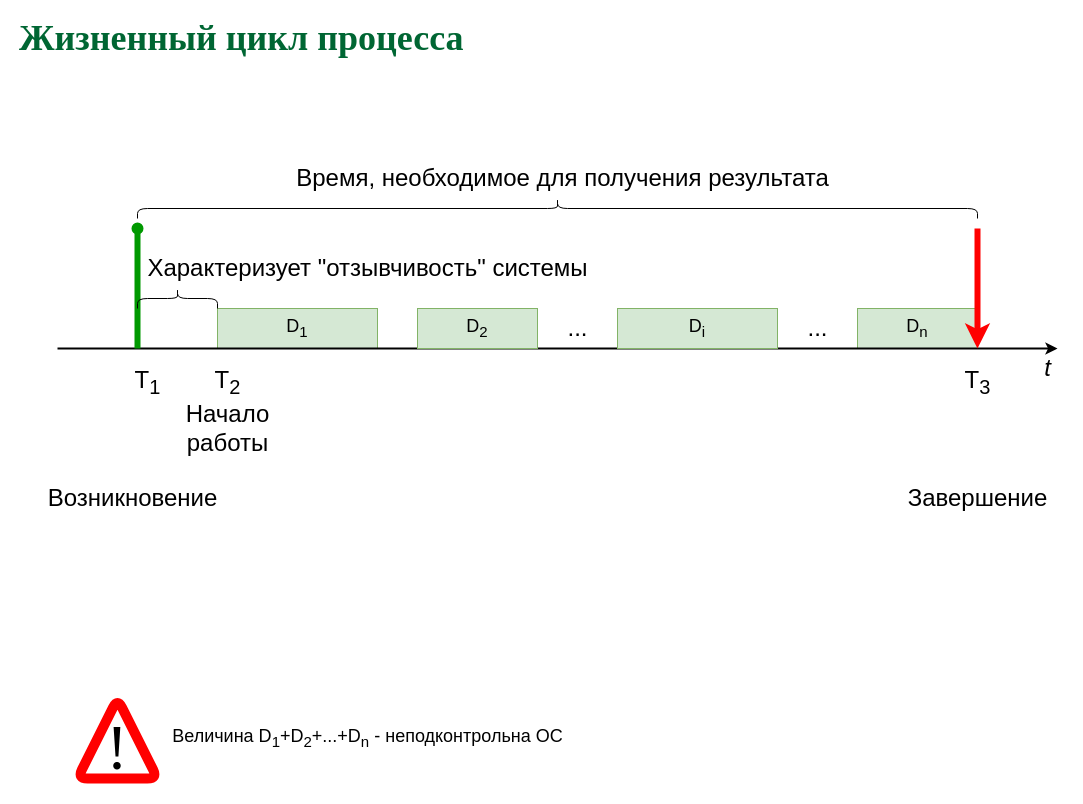
The draw.io diagram page "ProcLife" (1 of 2) of slides/sched.drawio in 77maxikov/os_course, before the edit. Source tidied: cells renumbered, new cells numbered last; positions are measured from the earlier drawing's top-left corner, leaving out a move shared by most shapes. Both pictures are drawn from the tidied source at 100%, with x=0, y=0 at pixel (17, 28).
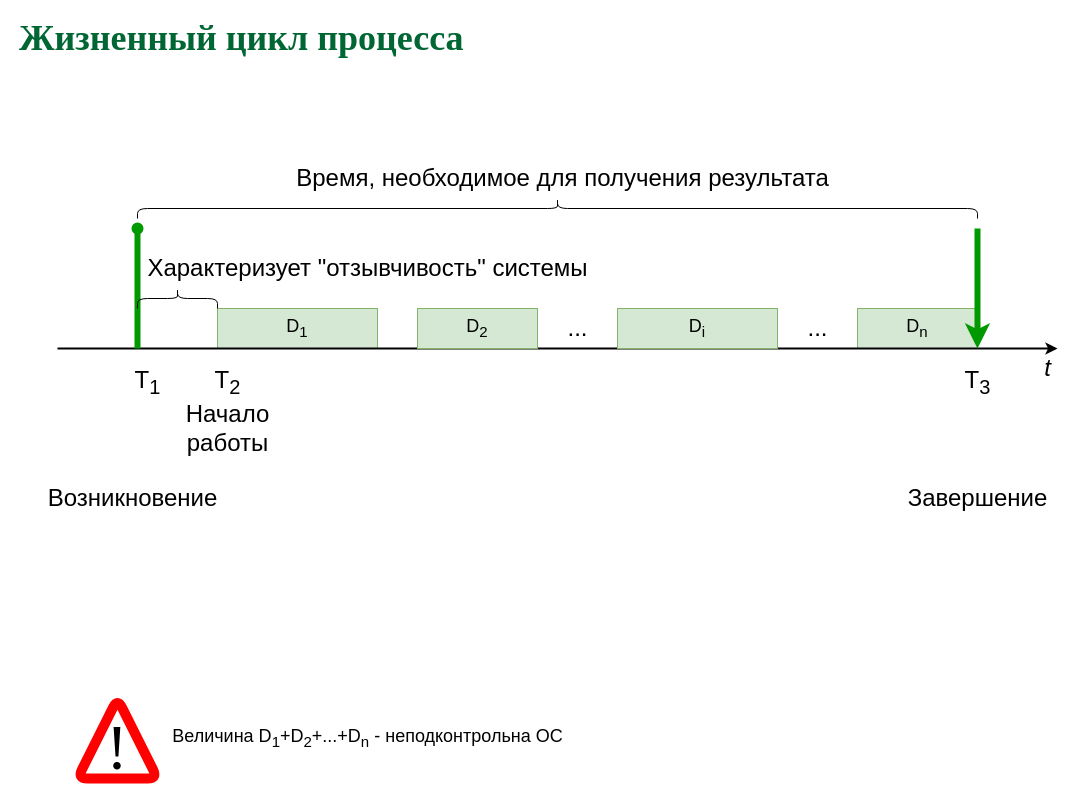
The same diagram, later.

Unchanged cells that the change refers to:
```xml
<mxCell id="2" value="&lt;font style=&quot;font-size: 18px&quot;&gt;D&lt;sub&gt;n&lt;/sub&gt;&lt;/font&gt;" style="rounded=0;whiteSpace=wrap;html=1;fillColor=#d5e8d4;strokeColor=#82b366;" parent="1" vertex="1">
  <mxGeometry x="840" y="280" width="120" height="40" as="geometry" />
</mxCell>
```

Change to the diagram source:
```diff
@@
-    <mxCell id="7" style="endArrow=classic;html=1;strokeWidth=6;entryX=1;entryY=1;entryDx=0;entryDy=0;strokeColor=#FF0000;" parent="1" edge="1" target="2">
+    <mxCell id="7" style="endArrow=classic;html=1;strokeWidth=6;entryX=1;entryY=1;entryDx=0;entryDy=0;strokeColor=#009900;" parent="1" edge="1" target="2">
       <mxGeometry relative="1" as="geometry">
         <mxPoint x="960" y="200" as="sourcePoint" />
       </mxGeometry>
     </mxCell>
```
